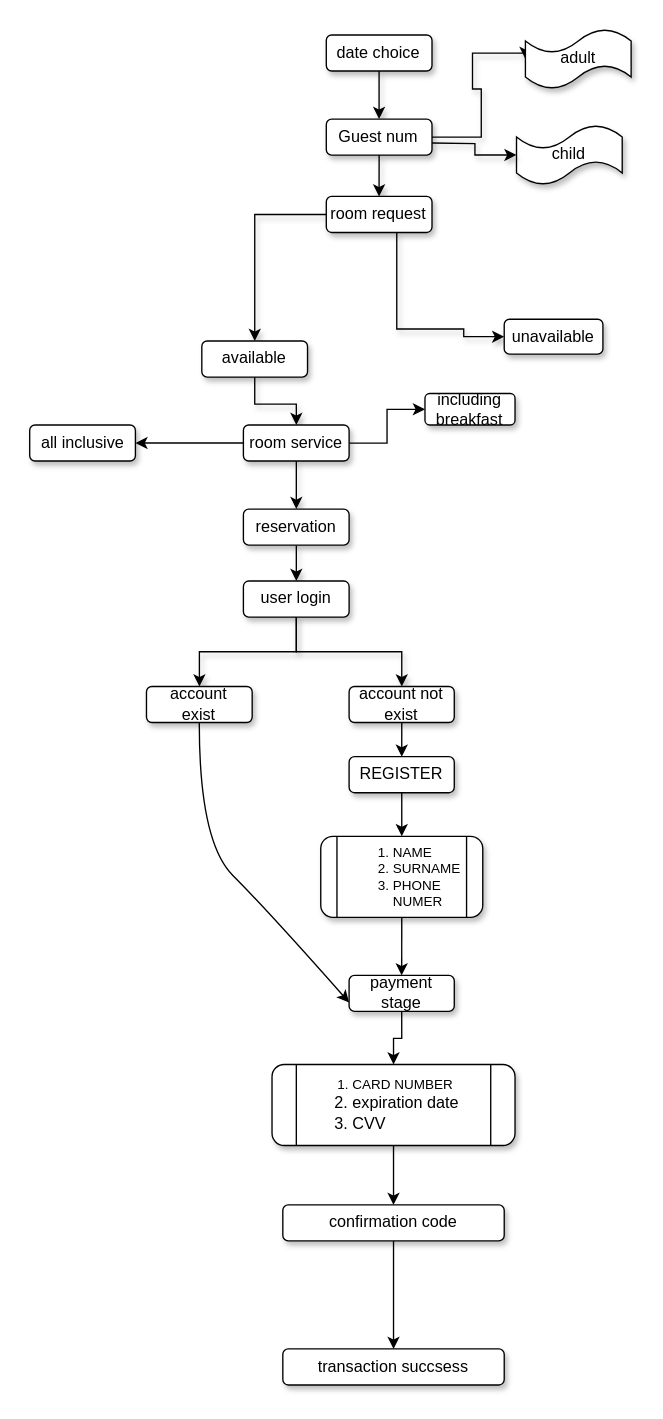
This is page "onat" (1 of 3) of Başlıksız Diyagram.drawio from nubaronat/HotelReservation, a draw.io file, before an edit. Source tidied: cells renumbered, new cells numbered last; positions are measured from the earlier drawing's top-left corner, leaving out a move shared by most shapes. Both pictures are drawn from the tidied source at 135%, with x=0, y=0 at pixel (28, 28).
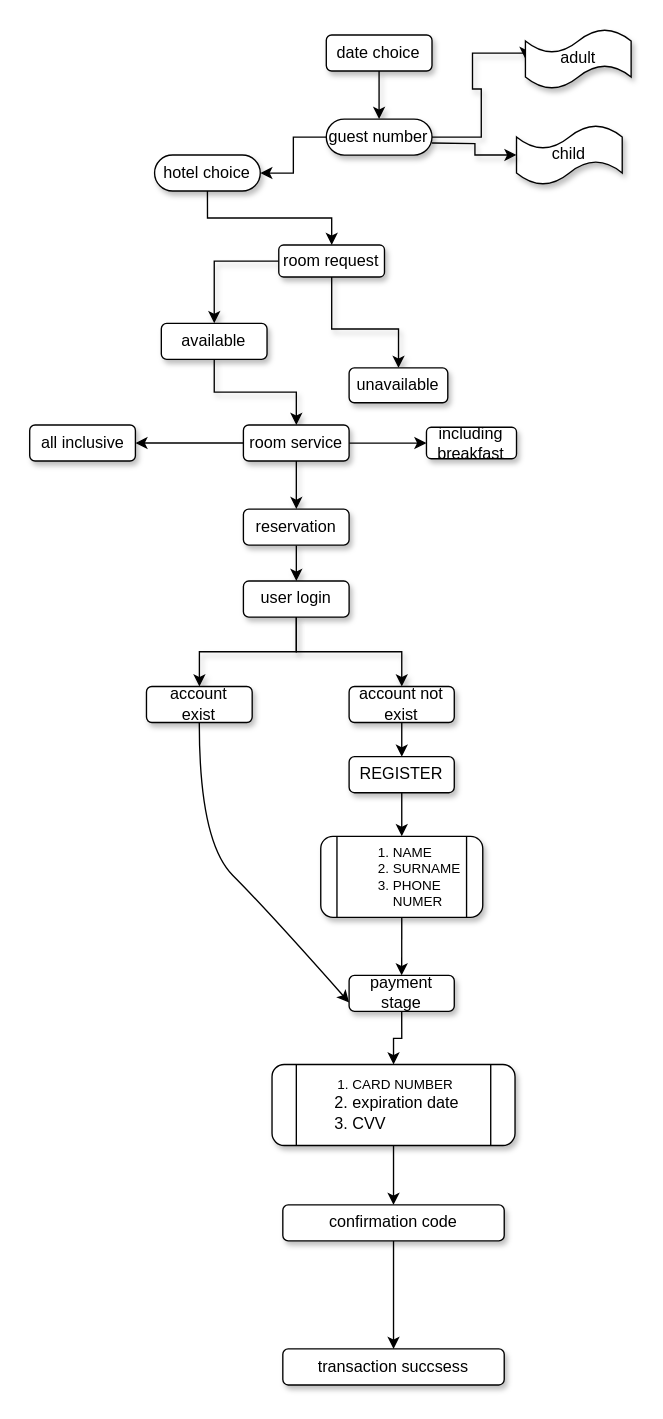
The same page after the edit.

Diff of the diagram source:
```diff
@@
+    <mxCell id="42" style="edgeStyle=orthogonalEdgeStyle;rounded=0;jettySize=auto;html=1;" parent="1" edge="1" source="5" target="44">
+      <mxGeometry relative="1" as="geometry" />
+    </mxCell>
-    <mxCell id="5" value="Guest num" style="whiteSpace=wrap;html=1;rounded=1;shadow=1;fontSize=12;" parent="1" vertex="1">
+    <mxCell id="5" value="guest number" style="whiteSpace=wrap;html=1;rounded=1;shadow=1;fontSize=12;arcSize=50;" parent="1" vertex="1">
       <mxGeometry x="220.2" y="66.7" width="78.3" height="26.7" as="geometry" />
     </mxCell>
@@
-    <mxCell id="23" style="edgeStyle=orthogonalEdgeStyle;rounded=0;jettySize=auto;html=1;shadow=1;fontSize=12;exitX=0.5;exitY=1;exitDx=0;exitDy=0;" parent="1" edge="1" source="5" target="25">
-      <mxGeometry relative="1" as="geometry" />
-    </mxCell>
@@
     <mxCell id="25" value="room request" style="whiteSpace=wrap;html=1;rounded=1;shadow=1;fontSize=12;direction=west;" parent="1" vertex="1">
-      <mxGeometry x="220.2" y="124" width="78.3" height="26.7" as="geometry" />
+      <mxGeometry x="185" y="160" width="78.3" height="23.7" as="geometry" />
     </mxCell>
@@
     <mxCell id="27" value="available" style="whiteSpace=wrap;html=1;rounded=1;shadow=1;fontSize=12;direction=west;" parent="1" vertex="1">
-      <mxGeometry x="128" y="231.1" width="78.3" height="26.7" as="geometry" />
+      <mxGeometry x="98" y="218" width="78.3" height="26.7" as="geometry" />
     </mxCell>
@@
     <mxCell id="29" value="unavailable" style="whiteSpace=wrap;html=1;rounded=1;shadow=1;fontSize=12;direction=west;" parent="1" vertex="1">
-      <mxGeometry x="352" y="215" width="73.1" height="25.8" as="geometry" />
+      <mxGeometry x="237.1" y="251" width="73.1" height="25.8" as="geometry" />
     </mxCell>
@@
     <mxCell id="40" value="including breakfast" style="whiteSpace=wrap;html=1;rounded=1;shadow=1;" parent="1" vertex="1">
-      <mxGeometry x="293.3" y="270" width="66.7" height="23.3" as="geometry" />
+      <mxGeometry x="294.4" y="295" width="66.7" height="23.3" as="geometry" />
     </mxCell>
@@
+    <mxCell id="43" style="edgeStyle=orthogonalEdgeStyle;rounded=0;jettySize=auto;html=1;exitX=0.5;exitY=1;exitDx=0;exitDy=0;" parent="1" edge="1" source="44" target="25">
+      <mxGeometry relative="1" as="geometry" />
+    </mxCell>
+    <mxCell id="44" value="hotel choice" style="whiteSpace=wrap;html=1;rounded=1;shadow=1;fontSize=12;arcSize=50;" parent="1" vertex="1">
+      <mxGeometry x="93" y="93.3" width="78.3" height="26.7" as="geometry" />
+    </mxCell>
```
